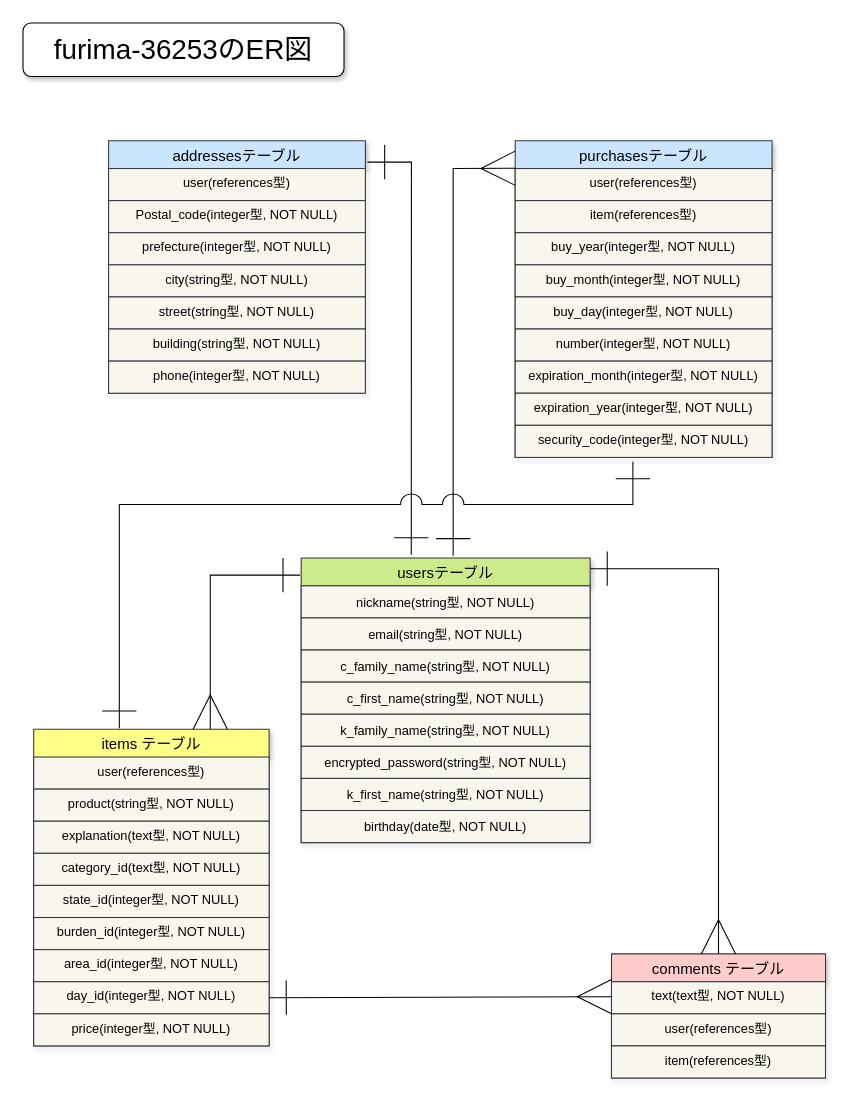
This is furima-36253.dio from oisiibutaniku/furima-36253, a draw.io file, before an edit. Source tidied: cells renumbered, new cells numbered last; positions are measured from the earlier drawing's top-left corner, leaving out a move shared by most shapes. Both pictures are drawn from the tidied source at 107%, with x=0, y=0 at pixel (22, 22).
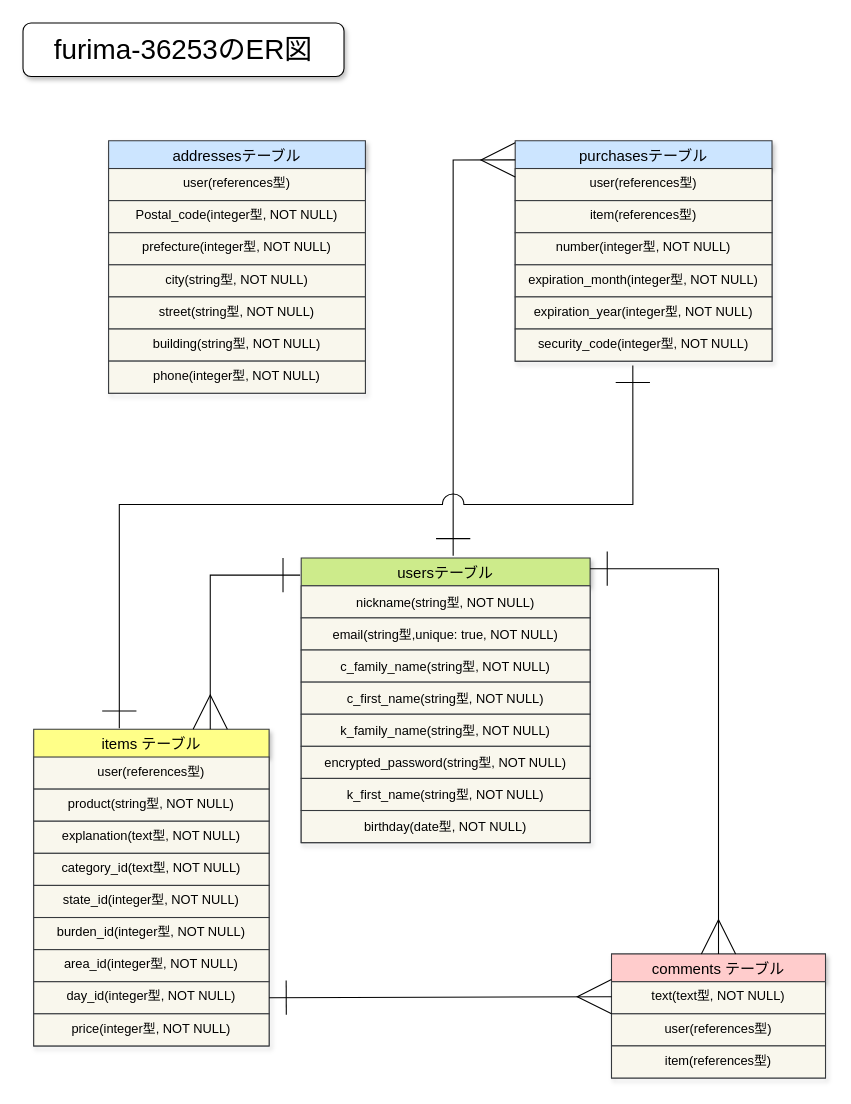
The same diagram, later.

The change refers to these unchanged cells:
```xml
<mxCell id="2" value="usersテーブル" style="swimlane;fontStyle=0;horizontal=1;startSize=26;align=center;fontSize=14;verticalAlign=middle;direction=east;fillColor=#cdeb8b;strokeColor=#36393d;shadow=1;" parent="1" vertex="1">
  <mxGeometry x="260" y="500" width="270" height="266" as="geometry" />
</mxCell>
```

What changed in the source:
```diff
@@
-    <mxCell id="4" value="email(string型, NOT NULL)" style="text;strokeColor=#36393d;fillColor=#f9f7ed;spacingLeft=4;spacingRight=4;overflow=hidden;fontSize=12;verticalAlign=middle;align=center;" parent="2" vertex="1">
+    <mxCell id="4" value="email(string型,unique: true, NOT NULL)" style="text;strokeColor=#36393d;fillColor=#f9f7ed;spacingLeft=4;spacingRight=4;overflow=hidden;fontSize=12;verticalAlign=middle;align=center;" parent="2" vertex="1">
       <mxGeometry y="56" width="270" height="30" as="geometry" />
     </mxCell>
@@
-    <mxCell id="37" style="endArrow=ERone;html=1;rounded=0;fontSize=12;endFill=0;startArrow=ERone;startFill=0;endSize=30;startSize=30;exitX=0.381;exitY=-0.011;exitDx=0;exitDy=0;exitPerimeter=0;" parent="1" edge="1" source="2">
-      <mxGeometry relative="1" as="geometry">
-        <mxPoint x="322" y="130" as="targetPoint" />
-        <Array as="points">
-          <mxPoint x="363" y="130" />
-        </Array>
-      </mxGeometry>
-    </mxCell>
-    <mxCell id="38" style="html=1;align=right;verticalAlign=bottom;" parent="37" vertex="1">
-      <mxGeometry x="1" relative="1" as="geometry" />
-    </mxCell>
@@
     <mxCell id="40" value="purchasesテーブル" style="swimlane;fontStyle=0;horizontal=1;startSize=26;align=center;fontSize=14;fillColor=#cce5ff;strokeColor=#36393d;shadow=1;" parent="1" vertex="1">
-      <mxGeometry x="460" y="110" width="240" height="296" as="geometry" />
+      <mxGeometry x="460" y="110" width="240" height="206" as="geometry" />
     </mxCell>
@@
-    <mxCell id="43" value="buy_year(integer型, NOT NULL)" style="text;spacingLeft=4;spacingRight=4;overflow=hidden;fontSize=12;align=center;fillColor=#f9f7ed;strokeColor=#36393d;" parent="40" vertex="1">
-      <mxGeometry y="86" width="240" height="30" as="geometry" />
-    </mxCell>
-    <mxCell id="44" value="buy_month(integer型, NOT NULL)" style="text;spacingLeft=4;spacingRight=4;overflow=hidden;fontSize=12;align=center;fillColor=#f9f7ed;strokeColor=#36393d;" parent="40" vertex="1">
-      <mxGeometry y="116" width="240" height="30" as="geometry" />
-    </mxCell>
-    <mxCell id="45" value="buy_day(integer型, NOT NULL)" style="text;spacingLeft=4;spacingRight=4;overflow=hidden;fontSize=12;align=center;fillColor=#f9f7ed;strokeColor=#36393d;" parent="40" vertex="1">
-      <mxGeometry y="146" width="240" height="30" as="geometry" />
-    </mxCell>
     <mxCell id="46" value="number(integer型, NOT NULL)" style="text;spacingLeft=4;spacingRight=4;overflow=hidden;fontSize=12;align=center;fillColor=#f9f7ed;strokeColor=#36393d;" parent="40" vertex="1">
-      <mxGeometry y="176" width="240" height="30" as="geometry" />
+      <mxGeometry y="86" width="240" height="30" as="geometry" />
     </mxCell>
     <mxCell id="47" value="expiration_month(integer型, NOT NULL)" style="text;spacingLeft=4;spacingRight=4;overflow=hidden;fontSize=12;align=center;fillColor=#f9f7ed;strokeColor=#36393d;" parent="40" vertex="1">
-      <mxGeometry y="206" width="240" height="30" as="geometry" />
+      <mxGeometry y="116" width="240" height="30" as="geometry" />
     </mxCell>
     <mxCell id="48" value="expiration_year(integer型, NOT NULL)" style="text;spacingLeft=4;spacingRight=4;overflow=hidden;fontSize=12;align=center;fillColor=#f9f7ed;strokeColor=#36393d;" parent="40" vertex="1">
-      <mxGeometry y="236" width="240" height="30" as="geometry" />
+      <mxGeometry y="146" width="240" height="30" as="geometry" />
     </mxCell>
     <mxCell id="49" value="security_code(integer型, NOT NULL)" style="text;spacingLeft=4;spacingRight=4;overflow=hidden;points=[[0,0.5],[1,0.5]];portConstraint=eastwest;fontSize=12;align=center;fillColor=#f9f7ed;strokeColor=#36393d;" parent="40" vertex="1">
-      <mxGeometry y="266" width="240" height="30" as="geometry" />
+      <mxGeometry y="176" width="240" height="30" as="geometry" />
     </mxCell>
     <mxCell id="50" style="endArrow=ERmany;html=1;rounded=0;exitX=0.526;exitY=-0.008;exitDx=0;exitDy=0;exitPerimeter=0;endFill=0;startArrow=ERone;startFill=0;endSize=30;startSize=30;entryX=0;entryY=0.087;entryDx=0;entryDy=0;entryPerimeter=0;" parent="1" edge="1" source="2" target="40">
       <mxGeometry relative="1" as="geometry">
         <Array as="points">
-          <mxPoint x="402" y="136" />
+          <mxPoint x="402" y="128" />
         </Array>
       </mxGeometry>
     </mxCell>
```
